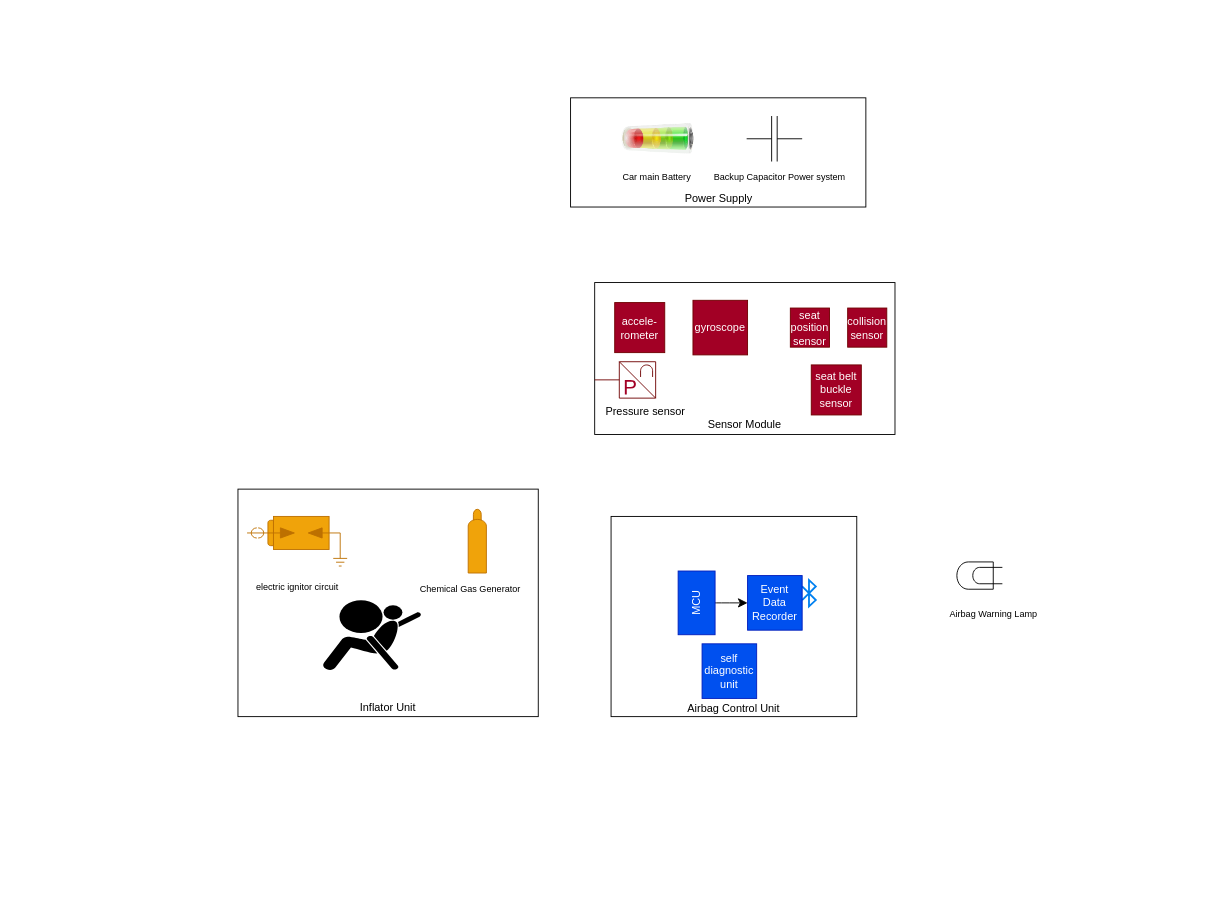
Above: Airbag_mechanism/airbag_drwaing.drawio in meghnavarma25/emb_sys (draw.io), before the change. Source tidied: cells renumbered, new cells numbered last; positions are measured from the earlier drawing's top-left corner, leaving out a move shared by most shapes. Both pictures are drawn from the tidied source at 91%, with x=0, y=0 at pixel (238, 97).
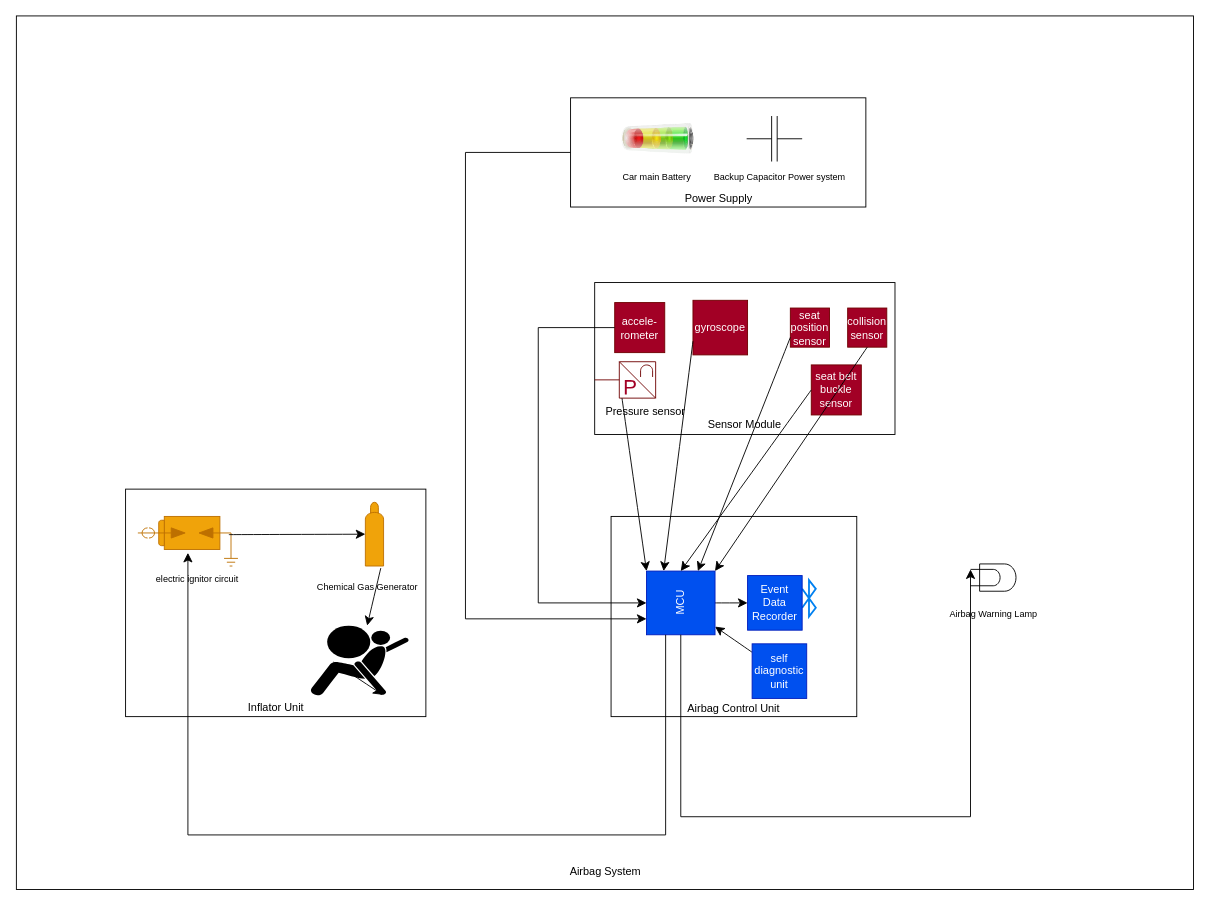
Above is the later version.

Unchanged cells that the change refers to:
```xml
<mxCell id="2" value="&lt;div&gt;&lt;br&gt;&lt;/div&gt;&lt;div&gt;&lt;br&gt;&lt;/div&gt;&lt;div&gt;&lt;br&gt;&lt;/div&gt;&lt;div&gt;&lt;br&gt;&lt;/div&gt;&lt;div&gt;&lt;br&gt;&lt;/div&gt;&lt;div&gt;&lt;br&gt;&lt;/div&gt;&lt;div&gt;&lt;br&gt;&lt;/div&gt;Power Supply" style="rounded=0;whiteSpace=wrap;html=1;" parent="1" vertex="1">
  <mxGeometry x="365.5" width="324.5" height="120" as="geometry" />
</mxCell>
<mxCell id="6" value="&lt;font&gt;accele-rometer&lt;/font&gt;" style="whiteSpace=wrap;html=1;fillColor=#a20025;fontColor=#ffffff;strokeColor=#6F0000;" parent="1" vertex="1">
  <mxGeometry x="414" y="225" width="55" height="55" as="geometry" />
</mxCell>
<mxCell id="7" value="seat position sensor" style="whiteSpace=wrap;html=1;fillColor=#a20025;fontColor=#ffffff;strokeColor=#6F0000;" parent="1" vertex="1">
  <mxGeometry x="607" y="231" width="43" height="43" as="geometry" />
</mxCell>
<mxCell id="8" value="seat belt buckle sensor" style="whiteSpace=wrap;html=1;fillColor=#a20025;fontColor=#ffffff;strokeColor=#6F0000;" parent="1" vertex="1">
  <mxGeometry x="630" y="293.5" width="55" height="55" as="geometry" />
</mxCell>
<mxCell id="9" value="gyroscope" style="whiteSpace=wrap;html=1;fillColor=#a20025;fontColor=#ffffff;strokeColor=#6F0000;" parent="1" vertex="1">
  <mxGeometry x="500" y="222.5" width="60" height="60" as="geometry" />
</mxCell>
<mxCell id="10" value="collision sensor" style="whiteSpace=wrap;html=1;fillColor=#a20025;fontColor=#ffffff;strokeColor=#6F0000;" parent="1" vertex="1">
  <mxGeometry x="670" y="231" width="43" height="43" as="geometry" />
</mxCell>
<mxCell id="12" value="Pressure sensor" style="text;html=1;align=center;verticalAlign=middle;whiteSpace=wrap;rounded=0;" parent="1" vertex="1">
  <mxGeometry x="396" y="330" width="104" height="30" as="geometry" />
</mxCell>
```

The edit, as a diff of the source:
```diff
@@
+    <mxCell id="30" value="&lt;div&gt;&lt;br&gt;&lt;/div&gt;&lt;div&gt;&lt;br&gt;&lt;/div&gt;&lt;div&gt;&lt;br&gt;&lt;/div&gt;&lt;div&gt;&lt;br&gt;&lt;/div&gt;&lt;div&gt;&lt;br&gt;&lt;/div&gt;&lt;div&gt;&lt;br&gt;&lt;/div&gt;&lt;div&gt;&lt;br&gt;&lt;/div&gt;&lt;div&gt;&lt;br&gt;&lt;/div&gt;&lt;div&gt;&lt;br&gt;&lt;/div&gt;&lt;div&gt;&lt;br&gt;&lt;/div&gt;&lt;div&gt;&lt;br&gt;&lt;/div&gt;&lt;div&gt;&lt;br&gt;&lt;/div&gt;&lt;div&gt;&lt;br&gt;&lt;/div&gt;&lt;div&gt;&lt;br&gt;&lt;/div&gt;&lt;div&gt;&lt;br&gt;&lt;/div&gt;&lt;div&gt;&lt;br&gt;&lt;/div&gt;&lt;div&gt;&lt;br&gt;&lt;/div&gt;&lt;div&gt;&lt;br&gt;&lt;/div&gt;&lt;div&gt;&lt;br&gt;&lt;/div&gt;&lt;div&gt;&lt;br&gt;&lt;/div&gt;&lt;div&gt;&lt;br&gt;&lt;/div&gt;&lt;div&gt;&lt;br&gt;&lt;/div&gt;&lt;div&gt;&lt;br&gt;&lt;/div&gt;&lt;div&gt;&lt;br&gt;&lt;/div&gt;&lt;div&gt;&lt;br&gt;&lt;/div&gt;&lt;div&gt;&lt;br&gt;&lt;/div&gt;&lt;div&gt;&lt;br&gt;&lt;/div&gt;&lt;div&gt;&lt;br&gt;&lt;/div&gt;&lt;div&gt;&lt;br&gt;&lt;/div&gt;&lt;div&gt;&lt;br&gt;&lt;/div&gt;&lt;div&gt;&lt;br&gt;&lt;/div&gt;&lt;div&gt;&lt;br&gt;&lt;/div&gt;&lt;div&gt;&lt;br&gt;&lt;/div&gt;&lt;div&gt;&lt;br&gt;&lt;/div&gt;&lt;div&gt;&lt;br&gt;&lt;/div&gt;&lt;div&gt;&lt;br&gt;&lt;/div&gt;&lt;div&gt;&lt;br&gt;&lt;/div&gt;&lt;div&gt;&lt;br&gt;&lt;/div&gt;&lt;div&gt;&lt;br&gt;&lt;/div&gt;&lt;div&gt;&lt;br&gt;&lt;/div&gt;&lt;div&gt;&lt;br&gt;&lt;/div&gt;&lt;div&gt;&lt;br&gt;&lt;/div&gt;&lt;div&gt;&lt;br&gt;&lt;/div&gt;&lt;div&gt;&lt;br&gt;&lt;/div&gt;&lt;div&gt;&lt;br&gt;&lt;/div&gt;&lt;div&gt;&lt;br&gt;&lt;/div&gt;&lt;div&gt;&lt;br&gt;&lt;/div&gt;&lt;div&gt;&lt;br&gt;&lt;/div&gt;&lt;div&gt;&lt;br&gt;&lt;/div&gt;&lt;div&gt;&lt;br&gt;&lt;/div&gt;&lt;div&gt;&lt;br&gt;&lt;/div&gt;&lt;div&gt;&lt;br&gt;&lt;/div&gt;&lt;div&gt;&lt;br&gt;&lt;/div&gt;&lt;div&gt;&lt;br&gt;&lt;/div&gt;&lt;div&gt;&lt;br&gt;&lt;/div&gt;&lt;div&gt;&lt;br&gt;&lt;/div&gt;&lt;div&gt;&lt;br&gt;&lt;/div&gt;&lt;div&gt;&lt;br&gt;&lt;/div&gt;&lt;div&gt;&lt;br&gt;&lt;/div&gt;&lt;div&gt;&lt;br&gt;&lt;/div&gt;&lt;div&gt;&lt;br&gt;&lt;/div&gt;&lt;div&gt;&lt;br&gt;&lt;/div&gt;&lt;div&gt;&lt;br&gt;&lt;/div&gt;&lt;div&gt;&lt;br&gt;&lt;/div&gt;Airbag System" style="rounded=0;whiteSpace=wrap;html=1;" parent="1" vertex="1">
+      <mxGeometry x="-243.5" y="-90" width="1293.5" height="960" as="geometry" />
+    </mxCell>
@@
     <mxCell id="3" value="&lt;div&gt;&lt;br&gt;&lt;/div&gt;&lt;div&gt;&lt;br&gt;&lt;/div&gt;&lt;div&gt;&lt;br&gt;&lt;/div&gt;&lt;div&gt;&lt;br&gt;&lt;/div&gt;&lt;div&gt;&lt;br&gt;&lt;/div&gt;&lt;div&gt;&lt;br&gt;&lt;/div&gt;&lt;div&gt;&lt;br&gt;&lt;/div&gt;&lt;div&gt;&lt;br&gt;&lt;/div&gt;&lt;div&gt;&lt;br&gt;&lt;/div&gt;&lt;div&gt;&lt;br&gt;&lt;/div&gt;&lt;div&gt;&lt;br&gt;&lt;/div&gt;&lt;div&gt;&lt;br&gt;&lt;/div&gt;&lt;div&gt;&lt;br&gt;&lt;/div&gt;&lt;div&gt;&lt;br&gt;&lt;/div&gt;&lt;div&gt;&lt;br&gt;&lt;/div&gt;&lt;div&gt;&lt;br&gt;&lt;/div&gt;Inflator Unit" style="rounded=0;whiteSpace=wrap;html=1;" parent="1" vertex="1">
-      <mxGeometry y="430" width="330" height="250" as="geometry" />
+      <mxGeometry x="-123.5" y="430" width="330" height="250" as="geometry" />
     </mxCell>
@@
     <mxCell id="14" style="html=1;verticalLabelPosition=bottom;align=center;labelBackgroundColor=#ffffff;verticalAlign=top;strokeWidth=2;strokeColor=#0080F0;shadow=0;dashed=0;shape=mxgraph.ios7.icons.bluetooth;" parent="1" vertex="1">
-      <mxGeometry x="620" y="530" width="15" height="28.8" as="geometry" />
+      <mxGeometry x="620" y="530" width="15" height="40" as="geometry" />
     </mxCell>
+    <mxCell id="31" style="edgeStyle=none;curved=1;rounded=0;jettySize=auto;html=1;fontSize=12;startSize=8;endSize=8;" parent="1" edge="1" source="15" target="18">
+      <mxGeometry relative="1" as="geometry" />
+    </mxCell>
     <mxCell id="15" value="self diagnostic unit" style="whiteSpace=wrap;html=1;fillColor=#0050ef;fontColor=#ffffff;strokeColor=#001DBC;" parent="1" vertex="1">
-      <mxGeometry x="510" y="600" width="60" height="60" as="geometry" />
+      <mxGeometry x="565" y="600" width="60" height="60" as="geometry" />
     </mxCell>
@@
     <mxCell id="18" value="MCU" style="rounded=0;whiteSpace=wrap;html=1;rotation=-90;fillColor=#0050ef;fontColor=#ffffff;strokeColor=#001DBC;" parent="1" vertex="1">
-      <mxGeometry x="469" y="534.7" width="70" height="40.6" as="geometry" />
+      <mxGeometry x="451.6" y="517.4" width="70" height="75.3" as="geometry" />
     </mxCell>
-    <mxCell id="19" style="verticalLabelPosition=bottom;shadow=0;dashed=0;align=center;html=1;verticalAlign=top;shape=mxgraph.electrical.opto_electronics.lamp;rotation=-90;" parent="1" vertex="1">
-      <mxGeometry x="800" y="500" width="30" height="50" as="geometry" />
+    <mxCell id="19" style="verticalLabelPosition=bottom;shadow=0;dashed=0;align=center;html=1;verticalAlign=top;shape=mxgraph.electrical.opto_electronics.lamp;rotation=90;" parent="1" vertex="1">
+      <mxGeometry x="815" y="502.2" width="30" height="50" as="geometry" />
     </mxCell>
@@
     <mxCell id="21" value="&lt;font style=&quot;font-size: 10px;&quot;&gt;Chemical Gas Generator&lt;/font&gt;" style="text;html=1;align=center;verticalAlign=middle;points=[];strokeColor=none;fillColor=none;fontSize=16;" parent="1" vertex="1">
-      <mxGeometry x="190" y="522.2" width="130" height="30" as="geometry" />
+      <mxGeometry x="76.5" y="520" width="130" height="30" as="geometry" />
     </mxCell>
     <mxCell id="22" style="shape=mxgraph.pid.vessels.gas_bottle;html=1;align=center;verticalLabelPosition=bottom;verticalAlign=top;dashed=0;fillColor=#f0a30a;fontColor=#000000;strokeColor=#BD7000;" parent="1" vertex="1">
-      <mxGeometry x="253" y="452.2" width="20" height="70" as="geometry" />
+      <mxGeometry x="140" y="444.5" width="20" height="70" as="geometry" />
     </mxCell>
     <mxCell id="23" style="verticalLabelPosition=bottom;shadow=0;dashed=0;align=center;html=1;verticalAlign=top;shape=mxgraph.electrical.miscellaneous.igniter_plug2;fillColor=#f0a30a;fontColor=#000000;strokeColor=#BD7000;" parent="1" vertex="1">
-      <mxGeometry x="10" y="460" width="110" height="54.5" as="geometry" />
+      <mxGeometry x="-110" y="460" width="110" height="54.5" as="geometry" />
     </mxCell>
     <mxCell id="24" value="&lt;font style=&quot;font-size: 10px;&quot;&gt;electric ignitor circuit&lt;/font&gt;" style="text;html=1;align=center;verticalAlign=middle;strokeColor=none;fillColor=none;fontSize=16;" parent="1" vertex="1">
-      <mxGeometry x="10" y="520" width="110" height="30" as="geometry" />
+      <mxGeometry x="-100" y="512.2" width="110" height="30" as="geometry" />
     </mxCell>
     <mxCell id="25" style="shape=mxgraph.signs.transportation.airbag;html=1;fillColor=#000000;strokeColor=none;verticalLabelPosition=bottom;verticalAlign=top;align=center;" parent="1" vertex="1">
-      <mxGeometry x="90" y="552.2" width="113" height="80" as="geometry" />
+      <mxGeometry x="76.5" y="580" width="113" height="80" as="geometry" />
     </mxCell>
@@
+    <mxCell id="32" style="edgeStyle=elbowEdgeStyle;elbow=horizontal;endArrow=classic;html=1;curved=0;rounded=0;endSize=8;startSize=8;fontSize=12;entryX=0.2;entryY=1;entryDx=0;entryDy=0;entryPerimeter=0;" parent="1" edge="1" source="18" target="19">
+      <mxGeometry relative="1" as="geometry">
+        <Array as="points">
+          <mxPoint x="590" y="790" />
+        </Array>
+      </mxGeometry>
+    </mxCell>
+    <mxCell id="33" style="edgeStyle=none;curved=1;rounded=0;orthogonalLoop=1;jettySize=auto;html=1;exitX=0.25;exitY=0.5;exitDx=0;exitDy=0;exitPerimeter=0;entryX=0.73;entryY=0.95;entryDx=0;entryDy=0;entryPerimeter=0;fontSize=12;startSize=8;endSize=8;" parent="1" edge="1" source="25" target="25">
+      <mxGeometry relative="1" as="geometry" />
+    </mxCell>
+    <mxCell id="34" style="endArrow=classic;html=1;rounded=0;fontSize=12;startSize=8;endSize=8;curved=1;entryX=1;entryY=1;entryDx=0;entryDy=0;exitX=0.5;exitY=1;exitDx=0;exitDy=0;" parent="1" edge="1" source="10" target="18">
+      <mxGeometry relative="1" as="geometry" />
+    </mxCell>
+    <mxCell id="35" style="endArrow=classic;html=1;rounded=0;fontSize=12;startSize=8;endSize=8;curved=1;entryX=1;entryY=0;entryDx=0;entryDy=0;exitX=0.25;exitY=0;exitDx=0;exitDy=0;" parent="1" edge="1" source="12" target="18">
+      <mxGeometry relative="1" as="geometry" />
+    </mxCell>
+    <mxCell id="36" style="endArrow=classic;html=1;rounded=0;fontSize=12;startSize=8;endSize=8;curved=1;entryX=1;entryY=0.25;entryDx=0;entryDy=0;exitX=0;exitY=0.75;exitDx=0;exitDy=0;" parent="1" edge="1" source="9" target="18">
+      <mxGeometry relative="1" as="geometry" />
+    </mxCell>
+    <mxCell id="37" style="endArrow=classic;html=1;rounded=0;fontSize=12;startSize=8;endSize=8;curved=1;entryX=1;entryY=0.75;entryDx=0;entryDy=0;exitX=0;exitY=0.75;exitDx=0;exitDy=0;" parent="1" edge="1" source="7" target="18">
+      <mxGeometry relative="1" as="geometry" />
+    </mxCell>
+    <mxCell id="38" style="endArrow=classic;html=1;rounded=0;fontSize=12;startSize=8;endSize=8;curved=1;entryX=1;entryY=0.5;entryDx=0;entryDy=0;exitX=0;exitY=0.5;exitDx=0;exitDy=0;" parent="1" edge="1" source="8" target="18">
+      <mxGeometry relative="1" as="geometry" />
+    </mxCell>
+    <mxCell id="39" style="edgeStyle=elbowEdgeStyle;elbow=horizontal;endArrow=classic;html=1;curved=0;rounded=0;endSize=8;startSize=8;fontSize=12;entryX=0.5;entryY=0;entryDx=0;entryDy=0;exitX=0;exitY=0.5;exitDx=0;exitDy=0;" parent="1" edge="1" source="6" target="18">
+      <mxGeometry relative="1" as="geometry">
+        <Array as="points">
+          <mxPoint x="330" y="410" />
+        </Array>
+      </mxGeometry>
+    </mxCell>
+    <mxCell id="40" style="endArrow=classic;html=1;rounded=0;fontSize=12;startSize=8;endSize=8;curved=1;" parent="1" edge="1" target="22">
+      <mxGeometry relative="1" as="geometry">
+        <mxPoint x="-10" y="480" as="sourcePoint" />
+      </mxGeometry>
+    </mxCell>
+    <mxCell id="41" style="endArrow=classic;html=1;rounded=0;fontSize=12;startSize=8;endSize=8;curved=1;exitX=0.619;exitY=-0.111;exitDx=0;exitDy=0;exitPerimeter=0;" parent="1" edge="1" source="21">
+      <mxGeometry relative="1" as="geometry">
+        <mxPoint x="142" y="580" as="targetPoint" />
+      </mxGeometry>
+    </mxCell>
+    <mxCell id="42" style="edgeStyle=elbowEdgeStyle;elbow=vertical;endArrow=classic;html=1;curved=0;rounded=0;endSize=8;startSize=8;fontSize=12;exitX=0;exitY=0.279;exitDx=0;exitDy=0;exitPerimeter=0;" parent="1" edge="1" source="18">
+      <mxGeometry relative="1" as="geometry">
+        <mxPoint x="-55" y="500" as="targetPoint" />
+        <Array as="points">
+          <mxPoint x="210" y="810" />
+        </Array>
+      </mxGeometry>
+    </mxCell>
+    <mxCell id="43" style="edgeStyle=elbowEdgeStyle;elbow=horizontal;endArrow=classic;html=1;curved=0;rounded=0;endSize=8;startSize=8;fontSize=12;exitX=0;exitY=0.5;exitDx=0;exitDy=0;entryX=0.25;entryY=0;entryDx=0;entryDy=0;" parent="1" edge="1" source="2" target="18">
+      <mxGeometry relative="1" as="geometry">
+        <Array as="points">
+          <mxPoint x="250" y="310" />
+        </Array>
+      </mxGeometry>
+    </mxCell>
```
